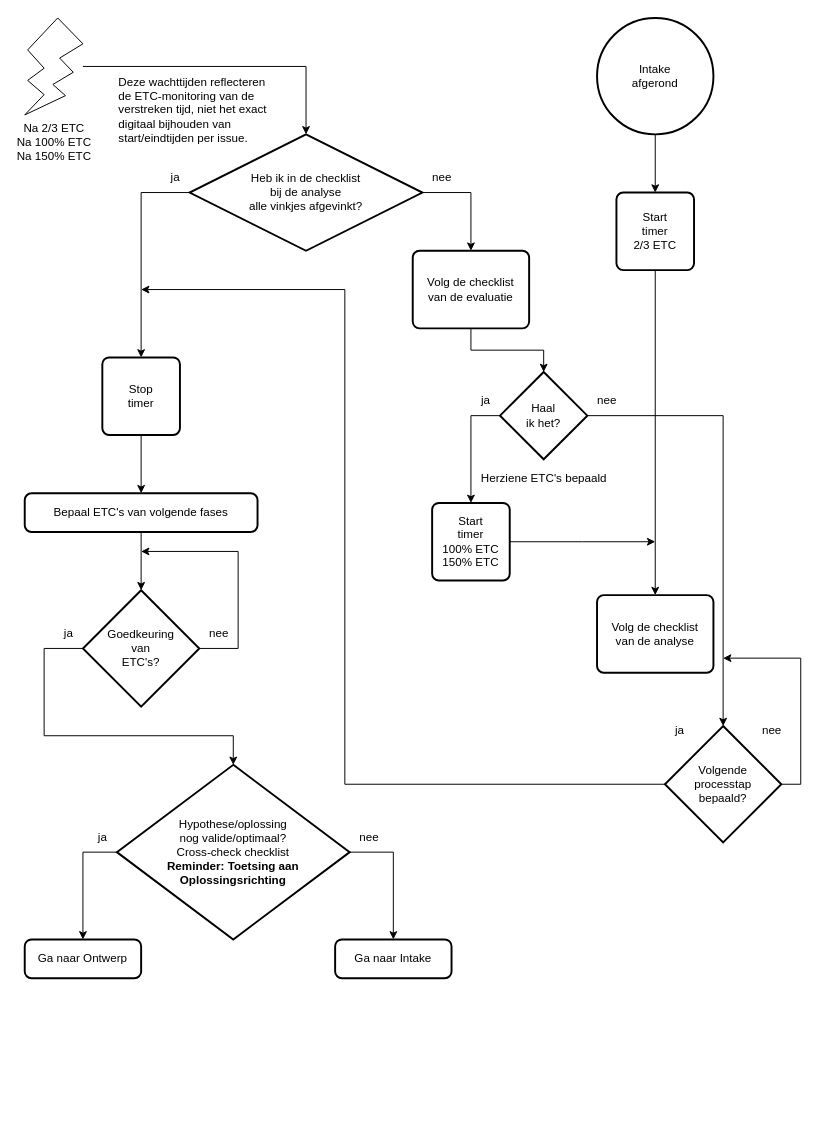
Above: 2 Issue Tracker analyse.drawio in Zaibatsu89/IssueTracker (draw.io), before the change. Source tidied: cells renumbered, new cells numbered last; positions are measured from the earlier drawing's top-left corner, leaving out a move shared by most shapes. Both pictures are drawn from the tidied source at 97%, with x=0, y=0 at pixel (24, 17).
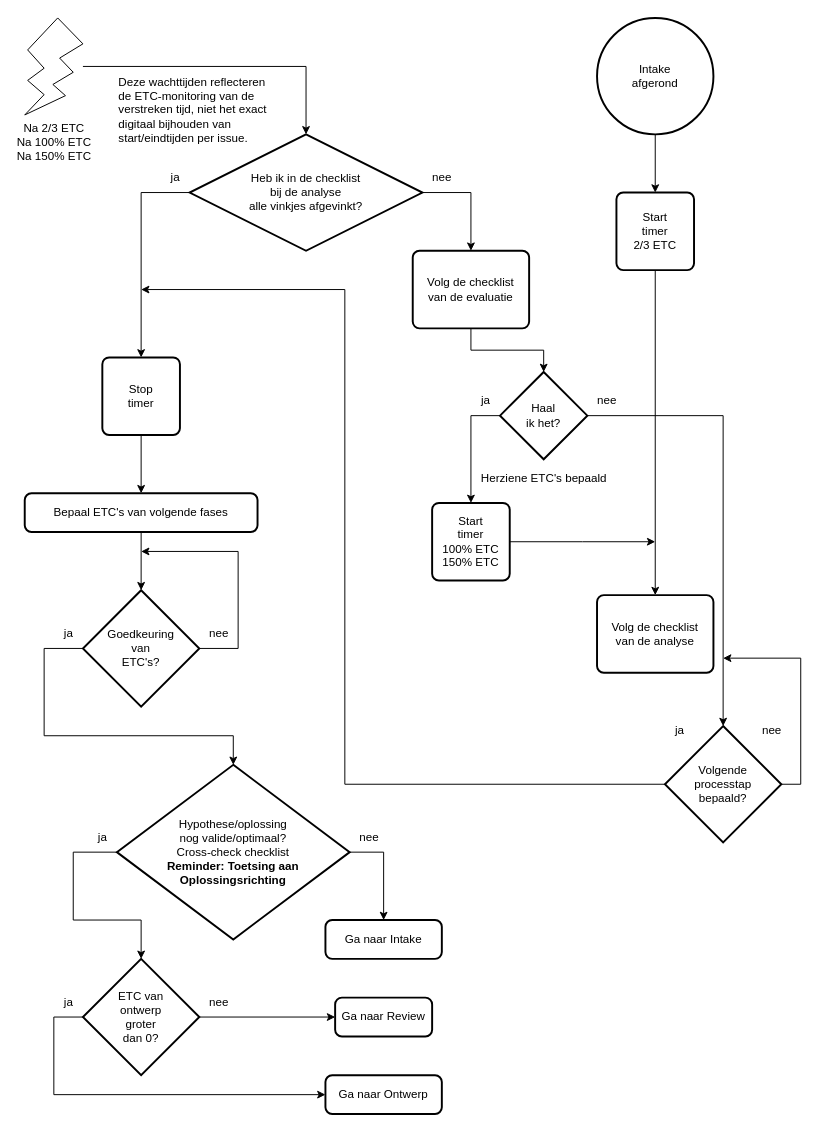
Above is the later version.

Commit message (it also covers changes not shown here):
Ontwerp kan op 0 staan in analyse flowchart, en andere flowcharts

The change refers to these unchanged cells:
```xml
<mxCell id="14" value="Hypothese/oplossing&lt;br&gt;nog valide/optimaal?&lt;br&gt;Cross-check checklist&lt;br&gt;&lt;b&gt;Reminder: Toetsing aan Oplossingsrichting&lt;/b&gt;" style="strokeWidth=2;html=1;shape=mxgraph.flowchart.decision;whiteSpace=wrap;" parent="1" vertex="1">
  <mxGeometry x="95" y="770" width="240" height="180" as="geometry" />
</mxCell>
```

Change to the diagram source:
```diff
@@
     <mxCell id="7" value="Ga naar Ontwerp" style="rounded=1;whiteSpace=wrap;html=1;absoluteArcSize=1;arcSize=14;strokeWidth=2;" parent="1" vertex="1">
-      <mxGeometry y="950" width="120" height="40" as="geometry" />
+      <mxGeometry x="310" y="1090" width="120" height="40" as="geometry" />
     </mxCell>
@@
-    <mxCell id="12" style="edgeStyle=orthogonalEdgeStyle;rounded=0;jettySize=auto;html=1;exitX=0;exitY=0.5;exitDx=0;exitDy=0;exitPerimeter=0;entryX=0.5;entryY=0;entryDx=0;entryDy=0;" parent="1" edge="1" source="14" target="7">
-      <mxGeometry relative="1" as="geometry" />
-    </mxCell>
@@
     <mxCell id="16" value="Ga naar Intake" style="rounded=1;whiteSpace=wrap;html=1;absoluteArcSize=1;arcSize=14;strokeWidth=2;" parent="1" vertex="1">
-      <mxGeometry x="320" y="950" width="120" height="40" as="geometry" />
+      <mxGeometry x="310" y="930" width="120" height="40" as="geometry" />
     </mxCell>
@@
+    <mxCell id="46" style="edgeStyle=orthogonalEdgeStyle;rounded=0;jettySize=auto;html=1;exitX=0;exitY=0.5;exitDx=0;exitDy=0;exitPerimeter=0;entryX=0;entryY=0.5;entryDx=0;entryDy=0;" parent="1" edge="1" source="48" target="7">
+      <mxGeometry relative="1" as="geometry">
+        <Array as="points">
+          <mxPoint x="30" y="1030" />
+          <mxPoint x="30" y="1110" />
+        </Array>
+      </mxGeometry>
+    </mxCell>
+    <mxCell id="47" style="edgeStyle=orthogonalEdgeStyle;rounded=0;jettySize=auto;html=1;exitX=1;exitY=0.5;exitDx=0;exitDy=0;exitPerimeter=0;entryX=0;entryY=0.5;entryDx=0;entryDy=0;" parent="1" edge="1" source="48" target="51">
+      <mxGeometry relative="1" as="geometry" />
+    </mxCell>
+    <mxCell id="48" value="ETC van&lt;br&gt;ontwerp&lt;br&gt;groter&lt;br&gt;dan&amp;nbsp;&lt;span style=&quot;background-color: transparent; color: light-dark(rgb(0, 0, 0), rgb(255, 255, 255));&quot;&gt;0?&lt;/span&gt;" style="strokeWidth=2;html=1;shape=mxgraph.flowchart.decision;whiteSpace=wrap;" parent="1" vertex="1">
+      <mxGeometry x="60" y="970" width="120" height="120" as="geometry" />
+    </mxCell>
+    <mxCell id="49" value="ja" style="text;html=1;align=center;verticalAlign=middle;strokeColor=none;fillColor=none;" parent="1" vertex="1">
+      <mxGeometry x="30" y="1000" width="30" height="30" as="geometry" />
+    </mxCell>
+    <mxCell id="50" style="edgeStyle=orthogonalEdgeStyle;rounded=0;jettySize=auto;html=1;exitX=0;exitY=0.5;exitDx=0;exitDy=0;exitPerimeter=0;entryX=0.5;entryY=0;entryDx=0;entryDy=0;entryPerimeter=0;" parent="1" edge="1" source="14" target="48">
+      <mxGeometry relative="1" as="geometry">
+        <Array as="points">
+          <mxPoint x="50" y="860" />
+          <mxPoint x="50" y="930" />
+          <mxPoint x="120" y="930" />
+        </Array>
+      </mxGeometry>
+    </mxCell>
+    <mxCell id="51" value="Ga naar Review" style="rounded=1;whiteSpace=wrap;html=1;absoluteArcSize=1;arcSize=14;strokeWidth=2;" parent="1" vertex="1">
+      <mxGeometry x="320" y="1010" width="100" height="40" as="geometry" />
+    </mxCell>
+    <mxCell id="52" value="nee" style="text;html=1;align=center;verticalAlign=middle;strokeColor=none;fillColor=none;" parent="1" vertex="1">
+      <mxGeometry x="180" y="1000" width="40" height="30" as="geometry" />
+    </mxCell>
```
